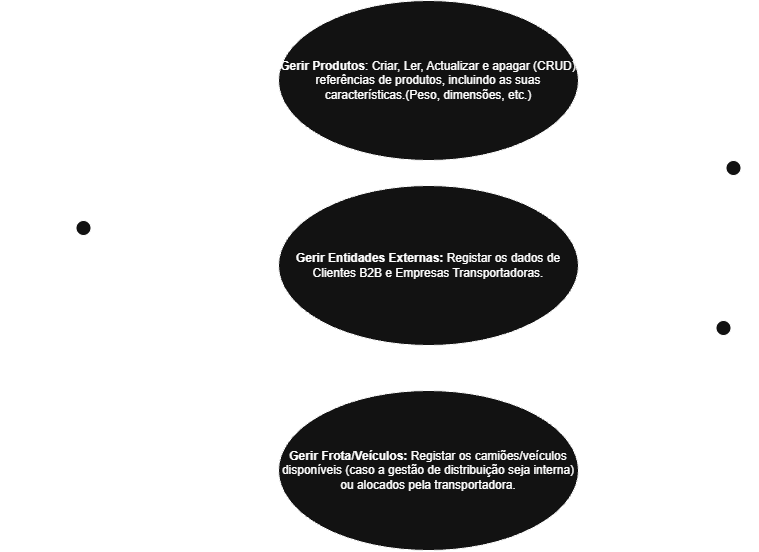
WKGama99/Iesi-projeto-gustavo-guilherme keeps this draw.io diagram as Gestão_Base.drawio.png. Above is the earlier version. Source tidied: cells renumbered, new cells last; positions are measured from the earlier drawing's top-left corner, leaving out a move shared by most shapes.
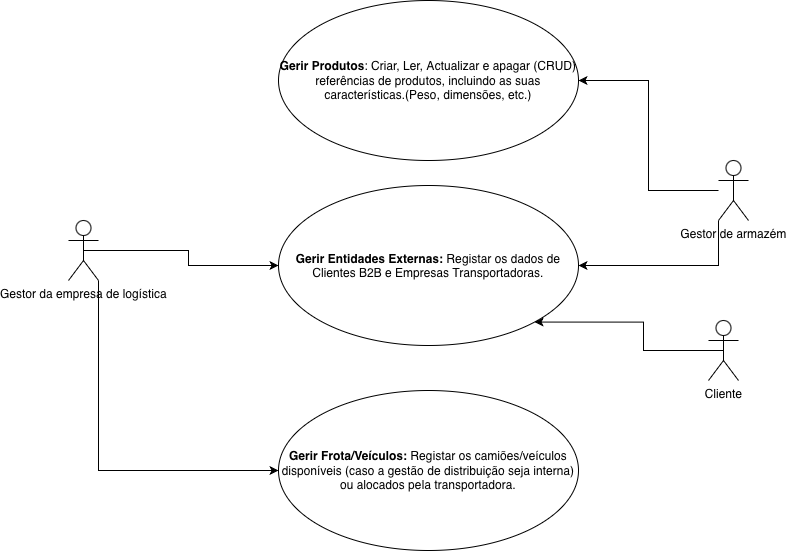
After the commit.

Change to the diagram source:
```diff
@@ -32,7 +32,7 @@
     <mxCell id="11" value="Cliente&lt;div&gt;&lt;br&gt;&lt;/div&gt;" style="shape=umlActor;verticalLabelPosition=bottom;verticalAlign=top;html=1;" parent="1" vertex="1">
       <mxGeometry x="640" y="320" width="30" height="60" as="geometry" />
     </mxCell>
-    <mxCell id="12" value="Utilizador&lt;div&gt;&lt;br&gt;&lt;/div&gt;" style="shape=umlActor;verticalLabelPosition=bottom;verticalAlign=top;html=1;" parent="1" vertex="1">
+    <mxCell id="12" value="Gestor de armazém" style="shape=umlActor;verticalLabelPosition=bottom;verticalAlign=top;html=1;" parent="1" vertex="1">
       <mxGeometry x="650" y="160" width="30" height="60" as="geometry" />
     </mxCell>
   </root>
```
